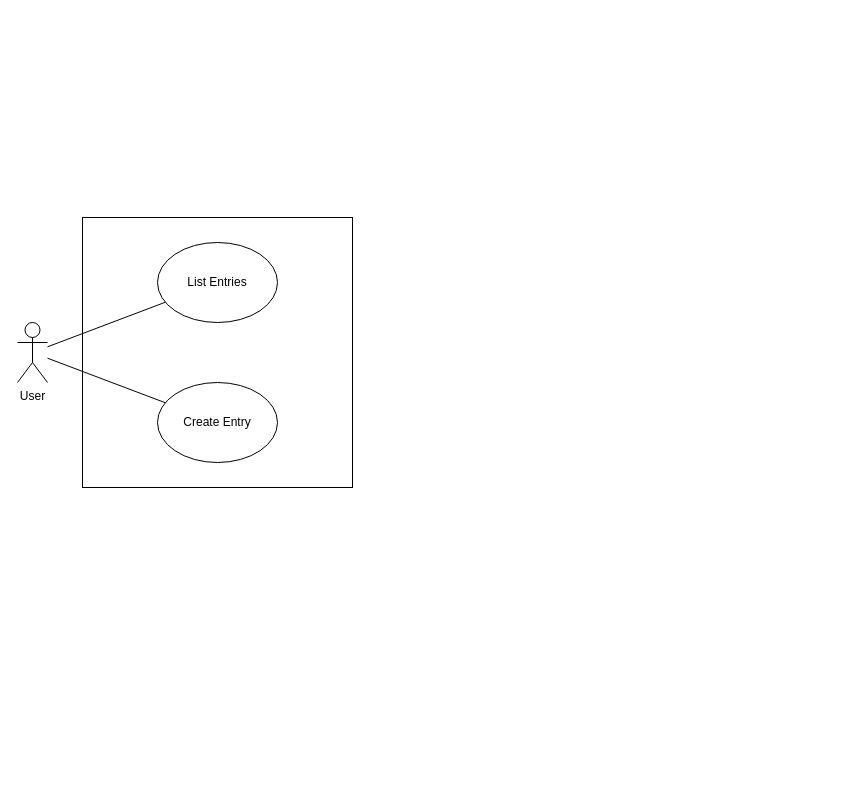
Above: docs/usecase-diagram/usecase-diagram.drawio in speyck/m223-punchclock-quarkus (draw.io), before the change. Source tidied: cells renumbered, new cells numbered last; positions are measured from the earlier drawing's top-left corner, leaving out a move shared by most shapes. Both pictures are drawn from the tidied source at 100%, with x=0, y=0 at pixel (17, 217).
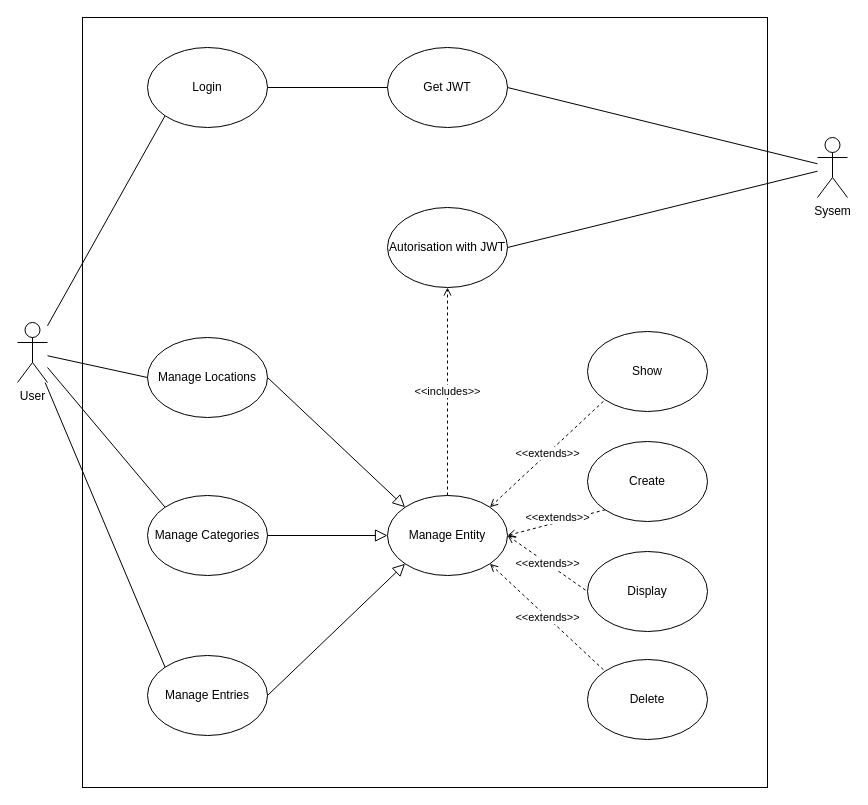
After the change.

Commit message (it also covers changes not shown here):
Updated usecase-diagrams

The change refers to these unchanged cells:
```xml
<mxCell id="5" value="User" style="shape=umlActor;verticalLabelPosition=bottom;verticalAlign=top;html=1;outlineConnect=0;" parent="1" vertex="1">
  <mxGeometry y="105" width="30" height="60" as="geometry" />
</mxCell>
```

Change to the diagram source:
```diff
@@
     <mxCell id="2" style="rounded=0;whiteSpace=wrap;html=1;" parent="1" vertex="1">
-      <mxGeometry x="65" width="270" height="270" as="geometry" />
+      <mxGeometry x="65" y="-200" width="685" height="770" as="geometry" />
     </mxCell>
-    <mxCell id="3" style="rounded=0;jettySize=auto;html=1;endArrow=none;endFill=0;" parent="1" edge="1" source="5" target="7">
+    <mxCell id="3" style="rounded=0;jettySize=auto;html=1;endArrow=none;endFill=0;entryX=0;entryY=1;entryDx=0;entryDy=0;" parent="1" edge="1" source="5" target="30">
       <mxGeometry relative="1" as="geometry" />
     </mxCell>
-    <mxCell id="4" style="edgeStyle=none;rounded=0;jettySize=auto;html=1;endArrow=none;endFill=0;" parent="1" edge="1" source="5" target="6">
-      <mxGeometry relative="1" as="geometry" />
-    </mxCell>
@@
-    <mxCell id="6" value="Create Entry" style="ellipse;whiteSpace=wrap;html=1;" parent="1" vertex="1">
-      <mxGeometry x="140" y="165" width="120" height="80" as="geometry" />
+    <mxCell id="6" value="Manage Entries" style="ellipse;whiteSpace=wrap;html=1;" parent="1" vertex="1">
+      <mxGeometry x="130" y="438" width="120" height="80" as="geometry" />
     </mxCell>
-    <mxCell id="7" value="List Entries" style="ellipse;whiteSpace=wrap;html=1;" parent="1" vertex="1">
-      <mxGeometry x="140" y="25" width="120" height="80" as="geometry" />
+    <mxCell id="7" value="Get JWT" style="ellipse;whiteSpace=wrap;html=1;" parent="1" vertex="1">
+      <mxGeometry x="370" y="-170" width="120" height="80" as="geometry" />
     </mxCell>
+    <mxCell id="8" value="Sysem" style="shape=umlActor;verticalLabelPosition=bottom;verticalAlign=top;html=1;outlineConnect=0;" parent="1" vertex="1">
+      <mxGeometry x="800" y="-80" width="30" height="60" as="geometry" />
+    </mxCell>
+    <mxCell id="9" style="endArrow=none;html=1;entryX=1;entryY=0.5;entryDx=0;entryDy=0;" parent="1" edge="1" source="8" target="7">
+      <mxGeometry relative="1" as="geometry" />
+    </mxCell>
+    <mxCell id="10" value="Autorisation with JWT" style="ellipse;whiteSpace=wrap;html=1;" parent="1" vertex="1">
+      <mxGeometry x="370" y="-10" width="120" height="80" as="geometry" />
+    </mxCell>
+    <mxCell id="11" style="endArrow=none;html=1;entryX=1;entryY=0.5;entryDx=0;entryDy=0;" parent="1" edge="1" source="8" target="10">
+      <mxGeometry relative="1" as="geometry" />
+    </mxCell>
+    <mxCell id="12" value="Manage Categories" style="ellipse;whiteSpace=wrap;html=1;" parent="1" vertex="1">
+      <mxGeometry x="130" y="278" width="120" height="80" as="geometry" />
+    </mxCell>
+    <mxCell id="13" value="Manage Locations" style="ellipse;whiteSpace=wrap;html=1;" parent="1" vertex="1">
+      <mxGeometry x="130" y="120" width="120" height="80" as="geometry" />
+    </mxCell>
+    <mxCell id="14" value="&amp;lt;&amp;lt;includes&amp;gt;&amp;gt;" style="endArrow=open;dashed=1;html=1;entryX=0.5;entryY=1;entryDx=0;entryDy=0;exitX=0.5;exitY=0;exitDx=0;exitDy=0;startArrow=none;startFill=0;endFill=0;" parent="1" edge="1" source="17" target="10">
+      <mxGeometry relative="1" as="geometry" />
+    </mxCell>
+    <mxCell id="15" value="Delete" style="ellipse;whiteSpace=wrap;html=1;" parent="1" vertex="1">
+      <mxGeometry x="570" y="442" width="120" height="80" as="geometry" />
+    </mxCell>
+    <mxCell id="16" value="&amp;lt;&amp;lt;extends&amp;gt;&amp;gt;" style="endArrow=none;dashed=1;html=1;entryX=0;entryY=1;entryDx=0;entryDy=0;exitX=1;exitY=0;exitDx=0;exitDy=0;startArrow=open;startFill=0;" parent="1" edge="1" source="17" target="18">
+      <mxGeometry relative="1" as="geometry" />
+    </mxCell>
+    <mxCell id="17" value="Manage Entity" style="ellipse;whiteSpace=wrap;html=1;" parent="1" vertex="1">
+      <mxGeometry x="370" y="278" width="120" height="80" as="geometry" />
+    </mxCell>
+    <mxCell id="18" value="Show" style="ellipse;whiteSpace=wrap;html=1;" parent="1" vertex="1">
+      <mxGeometry x="570" y="114" width="120" height="80" as="geometry" />
+    </mxCell>
+    <mxCell id="19" value="Create" style="ellipse;whiteSpace=wrap;html=1;" parent="1" vertex="1">
+      <mxGeometry x="570" y="224" width="120" height="80" as="geometry" />
+    </mxCell>
+    <mxCell id="20" value="Display" style="ellipse;whiteSpace=wrap;html=1;" parent="1" vertex="1">
+      <mxGeometry x="570" y="334" width="120" height="80" as="geometry" />
+    </mxCell>
+    <mxCell id="21" value="&amp;lt;&amp;lt;extends&amp;gt;&amp;gt;" style="endArrow=none;dashed=1;html=1;entryX=0;entryY=1;entryDx=0;entryDy=0;exitX=1;exitY=0.5;exitDx=0;exitDy=0;startArrow=open;startFill=0;" parent="1" edge="1" source="17">
+      <mxGeometry x="0.05" y="5" relative="1" as="geometry">
+        <mxPoint x="587.6" y="292.3" as="targetPoint" />
+      </mxGeometry>
+    </mxCell>
+    <mxCell id="22" value="&amp;lt;&amp;lt;extends&amp;gt;&amp;gt;" style="endArrow=none;dashed=1;html=1;entryX=0;entryY=0.5;entryDx=0;entryDy=0;startArrow=open;startFill=0;exitX=1;exitY=0.5;exitDx=0;exitDy=0;labelBackgroundColor=default;" parent="1" edge="1" source="17" target="20">
+      <mxGeometry relative="1" as="geometry" />
+    </mxCell>
+    <mxCell id="23" value="&amp;lt;&amp;lt;extends&amp;gt;&amp;gt;" style="endArrow=none;dashed=1;html=1;entryX=0;entryY=0;entryDx=0;entryDy=0;exitX=1;exitY=1;exitDx=0;exitDy=0;startArrow=open;startFill=0;" parent="1" edge="1" source="17" target="15">
+      <mxGeometry relative="1" as="geometry" />
+    </mxCell>
+    <mxCell id="24" style="endArrow=block;html=1;labelBackgroundColor=default;exitX=1;exitY=0.5;exitDx=0;exitDy=0;entryX=0;entryY=0;entryDx=0;entryDy=0;endFill=0;endSize=10;" parent="1" edge="1" source="13" target="17">
+      <mxGeometry relative="1" as="geometry" />
+    </mxCell>
+    <mxCell id="25" style="endArrow=block;html=1;labelBackgroundColor=default;exitX=1;exitY=0.5;exitDx=0;exitDy=0;entryX=0;entryY=0.5;entryDx=0;entryDy=0;endFill=0;endSize=10;" parent="1" edge="1" source="12" target="17">
+      <mxGeometry relative="1" as="geometry" />
+    </mxCell>
+    <mxCell id="26" style="endArrow=block;html=1;labelBackgroundColor=default;exitX=1;exitY=0.5;exitDx=0;exitDy=0;entryX=0;entryY=1;entryDx=0;entryDy=0;endFill=0;endSize=10;" parent="1" edge="1" source="6" target="17">
+      <mxGeometry relative="1" as="geometry" />
+    </mxCell>
+    <mxCell id="27" style="endArrow=none;html=1;labelBackgroundColor=default;endSize=10;exitX=0;exitY=0.5;exitDx=0;exitDy=0;" parent="1" edge="1" source="13" target="5">
+      <mxGeometry relative="1" as="geometry" />
+    </mxCell>
+    <mxCell id="28" style="endArrow=none;html=1;labelBackgroundColor=default;endSize=10;exitX=0;exitY=0;exitDx=0;exitDy=0;" parent="1" edge="1" source="12">
+      <mxGeometry relative="1" as="geometry">
+        <mxPoint x="30" y="150" as="targetPoint" />
+      </mxGeometry>
+    </mxCell>
+    <mxCell id="29" style="endArrow=none;html=1;labelBackgroundColor=default;endSize=10;exitX=0;exitY=0;exitDx=0;exitDy=0;" parent="1" edge="1" source="6" target="5">
+      <mxGeometry relative="1" as="geometry" />
+    </mxCell>
+    <mxCell id="30" value="Login" style="ellipse;whiteSpace=wrap;html=1;" parent="1" vertex="1">
+      <mxGeometry x="130" y="-170" width="120" height="80" as="geometry" />
+    </mxCell>
+    <mxCell id="31" style="endArrow=none;html=1;labelBackgroundColor=default;endSize=10;entryX=0;entryY=0.5;entryDx=0;entryDy=0;exitX=1;exitY=0.5;exitDx=0;exitDy=0;" parent="1" edge="1" source="30" target="7">
+      <mxGeometry relative="1" as="geometry" />
+    </mxCell>
```
